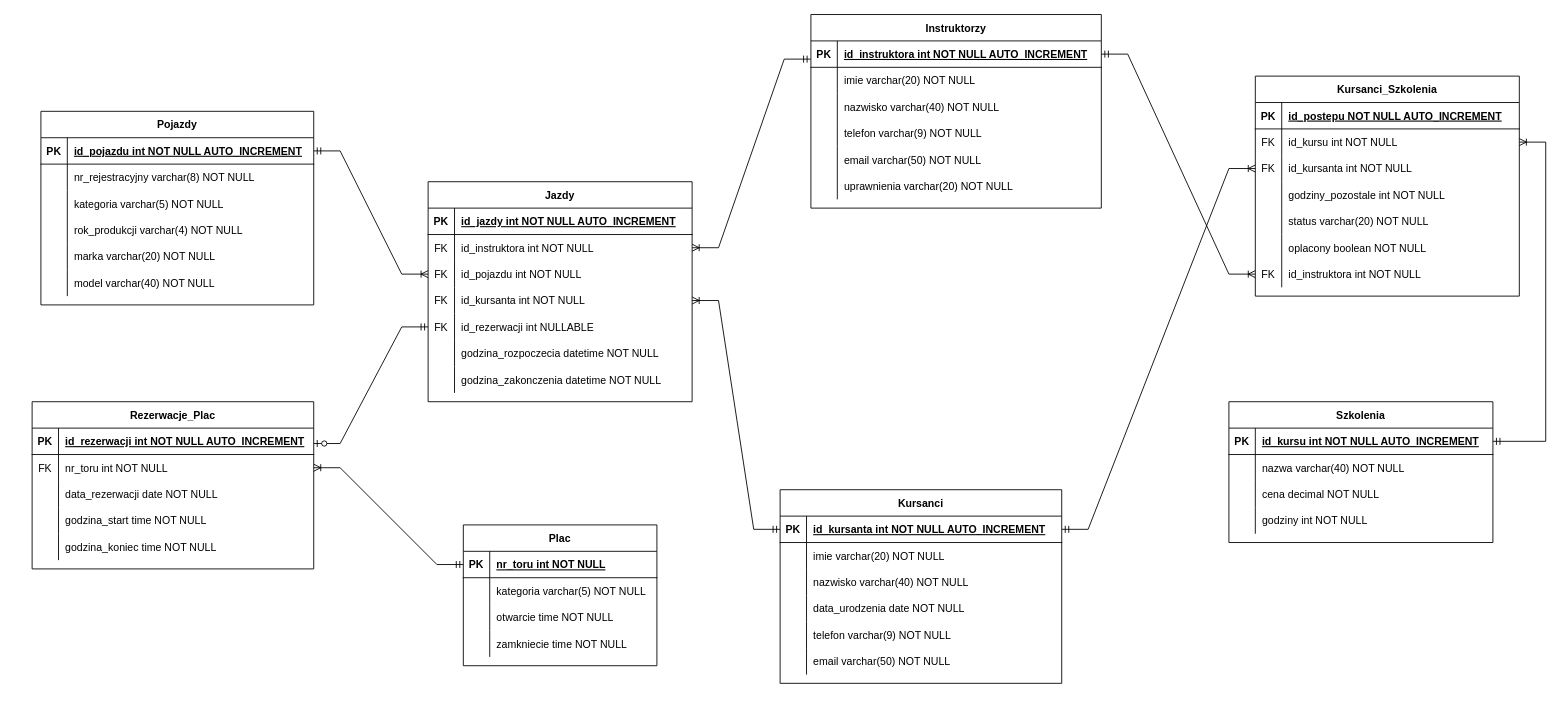
Above: OSK.drawio in g0rzki/bd-osk (draw.io), before the change. Source tidied: cells renumbered, new cells numbered last; positions are measured from the earlier drawing's top-left corner, leaving out a move shared by most shapes. Both pictures are drawn from the tidied source at 88%, with x=0, y=0 at pixel (32, 14).
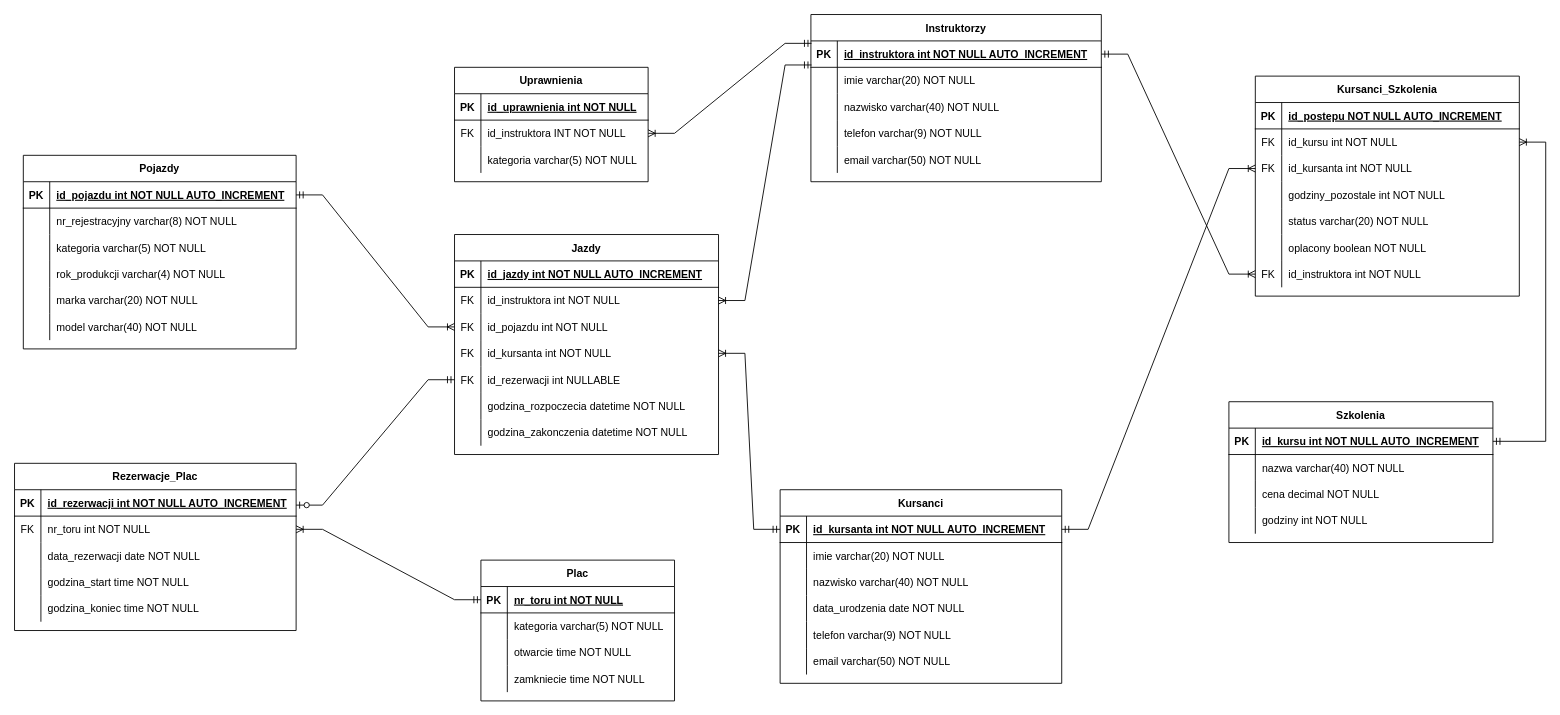
Above is the later version.

Unchanged cells that the change refers to:
```xml
<mxCell id="3" style="shape=partialRectangle;fillColor=none;points=[[0,0.5],[1,0.5]];portConstraint=eastwest;top=0;left=0;right=0;bottom=1;" parent="2" vertex="1">
  <mxGeometry y="30" width="330" height="30" as="geometry" />
</mxCell>
<mxCell id="105" style="shape=partialRectangle;fillColor=none;points=[[0,0.5],[1,0.5]];portConstraint=eastwest;top=0;left=0;right=0;bottom=0;" parent="101" vertex="1">
  <mxGeometry y="60" width="300" height="30" as="geometry" />
</mxCell>
```

Diff of the diagram source:
```diff
@@
     <mxCell id="2" value="Instruktorzy" style="shape=table;startSize=30;childLayout=tableLayout;rowLines=0;fontStyle=1;align=center;" parent="1" vertex="1">
-      <mxGeometry x="885" width="330" height="220" as="geometry" />
+      <mxGeometry x="885" width="330" height="190" as="geometry" />
     </mxCell>
@@
-    <mxCell id="18" style="shape=partialRectangle;fillColor=none;top=0;left=0;right=0;bottom=0;" parent="2" vertex="1">
-      <mxGeometry y="180" width="330" height="30" as="geometry" />
-    </mxCell>
-    <mxCell id="19" style="shape=partialRectangle;overflow=hidden;fillColor=none;top=0;left=0;bottom=0;right=0;" parent="18" vertex="1">
-      <mxGeometry width="30" height="30" as="geometry" />
-    </mxCell>
-    <mxCell id="20" value="uprawnienia varchar(20) NOT NULL" style="shape=partialRectangle;overflow=hidden;fillColor=none;top=0;left=0;bottom=0;right=0;align=left;spacingLeft=6;" parent="18" vertex="1">
-      <mxGeometry x="30" width="300" height="30" as="geometry" />
-    </mxCell>
@@
     <mxCell id="40" value="Pojazdy" style="shape=table;startSize=30;childLayout=tableLayout;rowLines=0;fontStyle=1;align=center;" parent="1" vertex="1">
-      <mxGeometry x="10" y="110" width="310" height="220" as="geometry" />
+      <mxGeometry x="-10" y="160" width="310" height="220" as="geometry" />
     </mxCell>
@@
     <mxCell id="59" value="Plac" style="shape=table;startSize=30;childLayout=tableLayout;rowLines=0;fontStyle=1;align=center;" parent="1" vertex="1">
-      <mxGeometry x="490" y="580" width="220" height="160" as="geometry" />
+      <mxGeometry x="510" y="620" width="220" height="160" as="geometry" />
     </mxCell>
@@
     <mxCell id="85" value="Rezerwacje_Plac" style="shape=table;startSize=30;childLayout=tableLayout;rowLines=0;fontStyle=1;align=center;" parent="1" vertex="1">
-      <mxGeometry y="440" width="320" height="190" as="geometry" />
+      <mxGeometry x="-20" y="510" width="320" height="190" as="geometry" />
     </mxCell>
@@
     <mxCell id="101" value="Jazdy" style="shape=table;startSize=30;childLayout=tableLayout;rowLines=0;fontStyle=1;align=center;" parent="1" vertex="1">
-      <mxGeometry x="450" y="190" width="300" height="250" as="geometry" />
+      <mxGeometry x="480" y="250" width="300" height="250" as="geometry" />
     </mxCell>
@@
-    <mxCell id="126" style="edgeStyle=entityRelationEdgeStyle;fontSize=12;html=1;endArrow=ERoneToMany;startArrow=ERmandOne;rounded=0;exitX=-0.001;exitY=0.689;exitDx=0;exitDy=0;exitPerimeter=0;" parent="1" edge="1" source="3" target="105">
+    <mxCell id="126" style="edgeStyle=entityRelationEdgeStyle;fontSize=12;html=1;endArrow=ERoneToMany;startArrow=ERmandOne;rounded=0;exitX=0.002;exitY=0.911;exitDx=0;exitDy=0;exitPerimeter=0;" parent="1" edge="1" source="3" target="105">
       <mxGeometry relative="1" as="geometry">
         <Array as="points">
           <mxPoint x="810" y="270" />
           <mxPoint x="860" y="100" />
           <mxPoint x="770" y="190" />
           <mxPoint x="600" y="290" />
           <mxPoint x="710" y="70" />
         </Array>
       </mxGeometry>
     </mxCell>
@@
+    <mxCell id="153" value="Uprawnienia" style="shape=table;startSize=30;childLayout=tableLayout;rowLines=0;fontStyle=1;align=center;" parent="1" vertex="1">
+      <mxGeometry x="480" y="60" width="220" height="130" as="geometry" />
+    </mxCell>
+    <mxCell id="154" style="shape=partialRectangle;fillColor=none;top=0;left=0;right=0;bottom=1;" parent="153" vertex="1">
+      <mxGeometry y="30" width="220" height="30" as="geometry" />
+    </mxCell>
+    <mxCell id="155" value="PK" style="shape=partialRectangle;overflow=hidden;fillColor=none;top=0;left=0;bottom=0;right=0;fontStyle=1;" parent="154" vertex="1">
+      <mxGeometry width="30" height="30" as="geometry" />
+    </mxCell>
+    <mxCell id="156" value="id_uprawnienia int NOT NULL" style="shape=partialRectangle;overflow=hidden;fillColor=none;top=0;left=0;bottom=0;right=0;align=left;spacingLeft=6;fontStyle=5;" parent="154" vertex="1">
+      <mxGeometry x="30" width="190" height="30" as="geometry" />
+    </mxCell>
+    <mxCell id="157" style="shape=partialRectangle;fillColor=none;points=[[0,0.5],[1,0.5]];portConstraint=eastwest;top=0;left=0;right=0;bottom=0;" parent="153" vertex="1">
+      <mxGeometry y="60" width="220" height="30" as="geometry" />
+    </mxCell>
+    <mxCell id="158" value="FK" style="shape=partialRectangle;overflow=hidden;fillColor=none;top=0;left=0;bottom=0;right=0;" parent="157" vertex="1">
+      <mxGeometry width="30" height="30" as="geometry" />
+    </mxCell>
+    <mxCell id="159" value="id_instruktora INT NOT NULL" style="shape=partialRectangle;overflow=hidden;fillColor=none;top=0;left=0;bottom=0;right=0;align=left;spacingLeft=6;" parent="157" vertex="1">
+      <mxGeometry x="30" width="190" height="30" as="geometry" />
+    </mxCell>
+    <mxCell id="160" style="shape=partialRectangle;fillColor=none;top=0;left=0;right=0;bottom=0;" parent="153" vertex="1">
+      <mxGeometry y="90" width="220" height="30" as="geometry" />
+    </mxCell>
+    <mxCell id="19" style="shape=partialRectangle;overflow=hidden;fillColor=none;top=0;left=0;bottom=0;right=0;" parent="160" vertex="1">
+      <mxGeometry width="30" height="30" as="geometry" />
+    </mxCell>
+    <mxCell id="161" value="kategoria varchar(5) NOT NULL" style="shape=partialRectangle;overflow=hidden;fillColor=none;top=0;left=0;bottom=0;right=0;align=left;spacingLeft=6;" parent="160" vertex="1">
+      <mxGeometry x="30" width="190" height="30" as="geometry" />
+    </mxCell>
+    <mxCell id="162" style="edgeStyle=entityRelationEdgeStyle;fontSize=12;html=1;endArrow=ERoneToMany;startArrow=ERmandOne;rounded=0;exitX=0.002;exitY=0.092;exitDx=0;exitDy=0;exitPerimeter=0;" parent="1" edge="1" source="3" target="157">
+      <mxGeometry relative="1" as="geometry" />
+    </mxCell>
```
